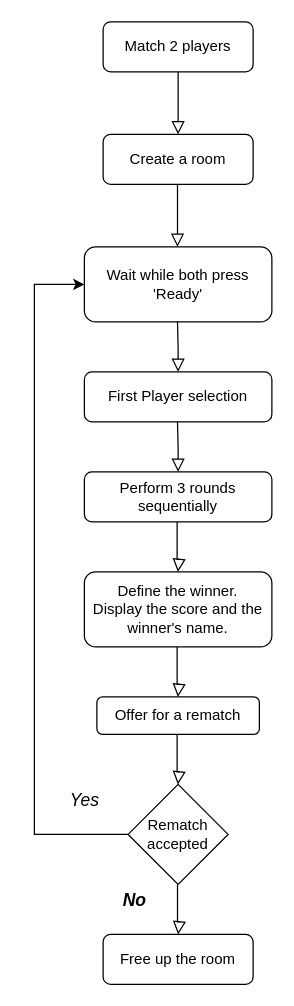
Earlier version of the draw.io diagram Lucky dices.drawio (denalfek/Lucky-dices). Source tidied: cells renumbered, new cells numbered last; positions are measured from the earlier drawing's top-left corner, leaving out a move shared by most shapes. Both pictures are drawn from the tidied source at 125%, with x=0, y=0 at pixel (21, 21).
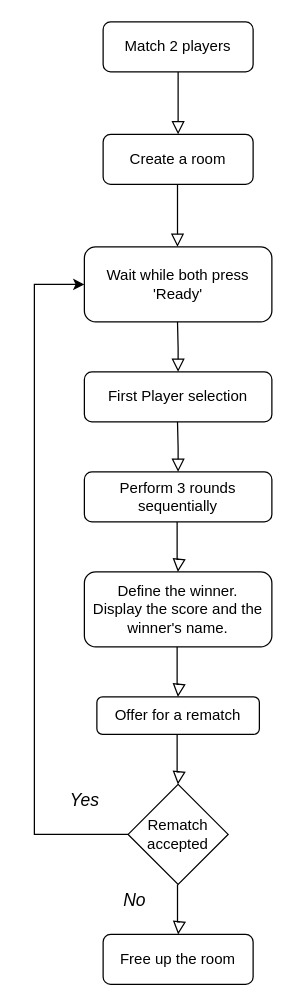
Above is the later version.

Change to the diagram source:
```diff
@@
-    <mxCell id="21" value="&lt;i&gt;&lt;span style=&quot;font-size: 14px;&quot;&gt;No&lt;/span&gt;&lt;/i&gt;" style="text;strokeColor=none;fillColor=none;html=1;fontSize=24;fontStyle=1;verticalAlign=middle;align=center;" parent="1" vertex="1">
+    <mxCell id="21" value="&lt;font style=&quot;font-size: 14px;&quot;&gt;&lt;i&gt;No&lt;/i&gt;&lt;/font&gt;" style="text;strokeColor=none;fillColor=none;html=1;fontSize=24;fontStyle=0;verticalAlign=middle;align=center;" parent="1" vertex="1">
       <mxGeometry x="40" y="680" width="100" height="40" as="geometry" />
     </mxCell>
```
